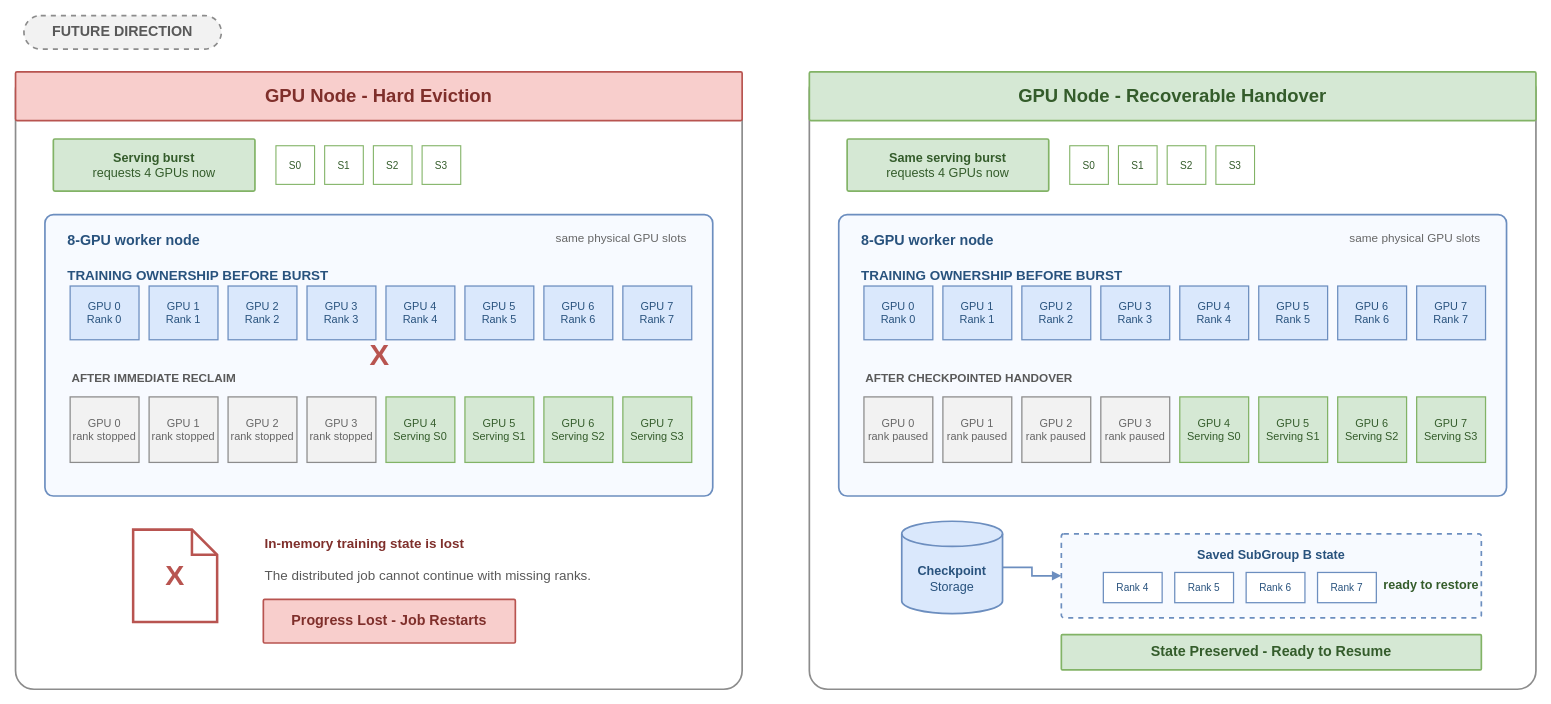
Before: docs/images/kubecon-china-2026/checkpoint-aware-gpu-handover.drawio in JesseStutler/volcano, a draw.io diagram. Source tidied: cells renumbered, new cells numbered last; positions are measured from the earlier drawing's top-left corner, leaving out a move shared by most shapes. Both pictures are drawn from the tidied source at 84%, with x=0, y=0 at pixel (15, 15).
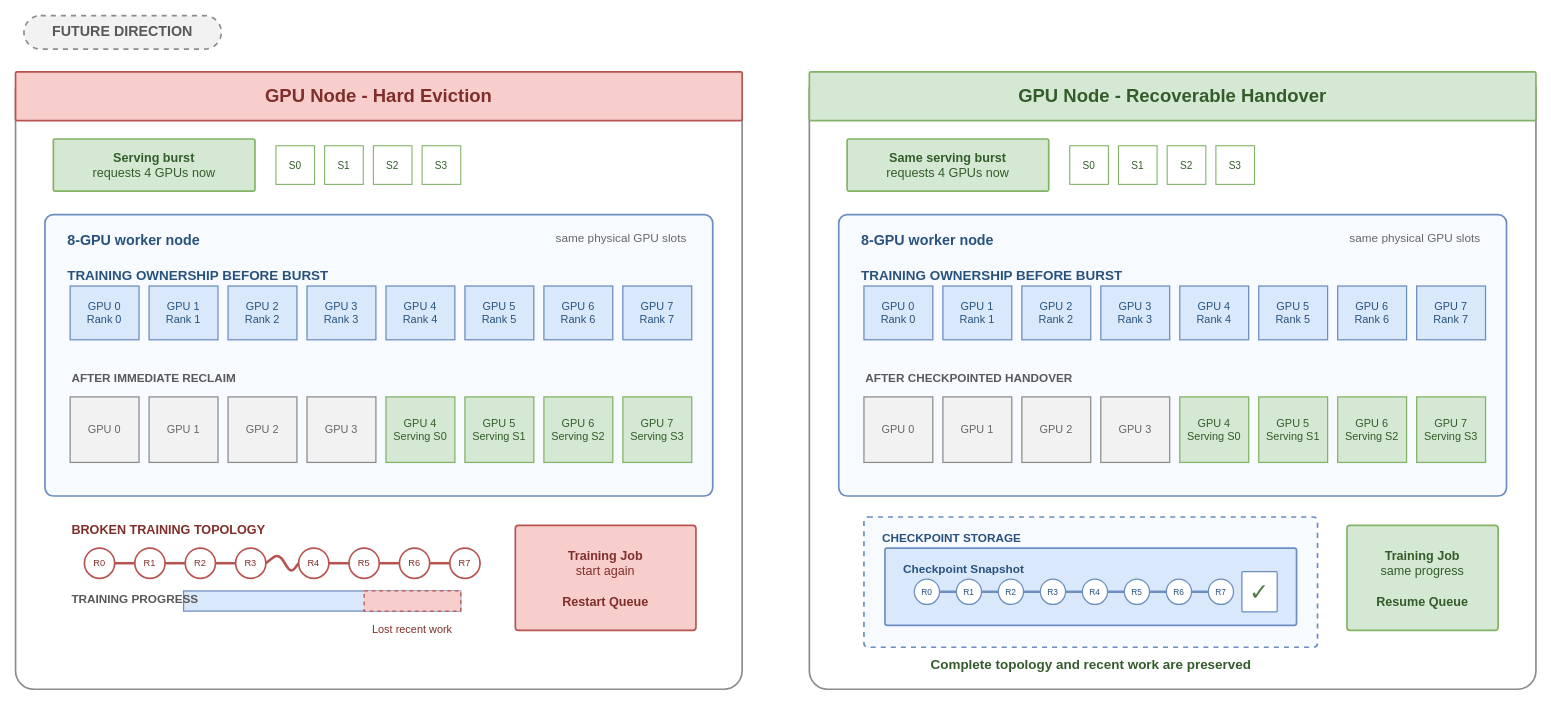
The same diagram, later.

Commit message (it also covers changes not shown here):
docs: clarify GPU handover outcomes

Diff of the diagram source:
```diff
@@
-    <mxCell id="21" value="X" style="text;html=1;strokeColor=none;fillColor=none;fontSize=35;fontStyle=1;fontColor=#b85450;align=center;" parent="1" vertex="1">
-      <mxGeometry x="405" y="377" width="55" height="48" as="geometry" />
-    </mxCell>
-    <mxCell id="22" value="GPU 0&lt;br&gt;rank stopped" style="rounded=0;whiteSpace=wrap;html=1;fillColor=#f2f2f2;strokeColor=#8c8c8c;strokeWidth=1.5;fontSize=13;fontColor=#666666;" parent="1" vertex="1">
+    <mxCell id="22" value="GPU 0" style="rounded=0;whiteSpace=wrap;html=1;fillColor=#f2f2f2;strokeColor=#8c8c8c;strokeWidth=1.5;fontSize=13;fontColor=#666666;" parent="1" vertex="1">
       <mxGeometry x="65" y="454" width="82" height="78" as="geometry" />
     </mxCell>
-    <mxCell id="23" value="GPU 1&lt;br&gt;rank stopped" style="rounded=0;whiteSpace=wrap;html=1;fillColor=#f2f2f2;strokeColor=#8c8c8c;strokeWidth=1.5;fontSize=13;fontColor=#666666;" parent="1" vertex="1">
+    <mxCell id="23" value="GPU 1" style="rounded=0;whiteSpace=wrap;html=1;fillColor=#f2f2f2;strokeColor=#8c8c8c;strokeWidth=1.5;fontSize=13;fontColor=#666666;" parent="1" vertex="1">
       <mxGeometry x="159" y="454" width="82" height="78" as="geometry" />
     </mxCell>
-    <mxCell id="24" value="GPU 2&lt;br&gt;rank stopped" style="rounded=0;whiteSpace=wrap;html=1;fillColor=#f2f2f2;strokeColor=#8c8c8c;strokeWidth=1.5;fontSize=13;fontColor=#666666;" parent="1" vertex="1">
+    <mxCell id="24" value="GPU 2" style="rounded=0;whiteSpace=wrap;html=1;fillColor=#f2f2f2;strokeColor=#8c8c8c;strokeWidth=1.5;fontSize=13;fontColor=#666666;" parent="1" vertex="1">
       <mxGeometry x="253" y="454" width="82" height="78" as="geometry" />
     </mxCell>
-    <mxCell id="25" value="GPU 3&lt;br&gt;rank stopped" style="rounded=0;whiteSpace=wrap;html=1;fillColor=#f2f2f2;strokeColor=#8c8c8c;strokeWidth=1.5;fontSize=13;fontColor=#666666;" parent="1" vertex="1">
+    <mxCell id="25" value="GPU 3" style="rounded=0;whiteSpace=wrap;html=1;fillColor=#f2f2f2;strokeColor=#8c8c8c;strokeWidth=1.5;fontSize=13;fontColor=#666666;" parent="1" vertex="1">
       <mxGeometry x="347" y="454" width="82" height="78" as="geometry" />
     </mxCell>
@@
-    <mxCell id="30" value="X" style="shape=note;whiteSpace=wrap;html=1;backgroundOutline=1;fillColor=#ffffff;strokeColor=#b85450;strokeWidth=3;fontSize=34;fontStyle=1;fontColor=#b85450;" parent="1" vertex="1">
-      <mxGeometry x="140" y="612" width="100" height="110" as="geometry" />
-    </mxCell>
-    <mxCell id="31" value="&lt;b&gt;In-memory training state is lost&lt;/b&gt;&lt;br&gt;&lt;br&gt;&lt;font color=&quot;#595959&quot;&gt;The distributed job cannot continue with missing ranks.&lt;/font&gt;" style="text;html=1;strokeColor=none;fillColor=none;fontSize=16;fontColor=#7f2f2b;align=left;verticalAlign=top;" parent="1" vertex="1">
-      <mxGeometry x="295" y="612" width="450" height="82" as="geometry" />
-    </mxCell>
-    <mxCell id="32" value="&lt;b&gt;Progress Lost - Job Restarts&lt;/b&gt;" style="rounded=1;arcSize=3;whiteSpace=wrap;html=1;fillColor=#f8cecc;strokeColor=#b85450;strokeWidth=2;fontSize=17;fontColor=#7f2f2b;" parent="1" vertex="1">
-      <mxGeometry x="295" y="695" width="300" height="52" as="geometry" />
-    </mxCell>
+    <mxCell id="68" value="&lt;b&gt;BROKEN TRAINING TOPOLOGY&lt;/b&gt;" style="text;html=1;strokeColor=none;fillColor=none;fontSize=15;fontColor=#7f2f2b;align=left;verticalAlign=top;" parent="1" vertex="1">
+      <mxGeometry x="65" y="597" width="300" height="28" as="geometry" />
+    </mxCell>
+    <mxCell id="69" value="R0" style="ellipse;whiteSpace=wrap;html=1;fillColor=#ffffff;strokeColor=#b85450;strokeWidth=2;fontSize=11;fontColor=#7f2f2b;" parent="1" vertex="1">
+      <mxGeometry x="82" y="634" width="36" height="36" as="geometry" />
+    </mxCell>
+    <mxCell id="70" value="R1" style="ellipse;whiteSpace=wrap;html=1;fillColor=#ffffff;strokeColor=#b85450;strokeWidth=2;fontSize=11;fontColor=#7f2f2b;" parent="1" vertex="1">
+      <mxGeometry x="142" y="634" width="36" height="36" as="geometry" />
+    </mxCell>
+    <mxCell id="71" value="R2" style="ellipse;whiteSpace=wrap;html=1;fillColor=#ffffff;strokeColor=#b85450;strokeWidth=2;fontSize=11;fontColor=#7f2f2b;" parent="1" vertex="1">
+      <mxGeometry x="202" y="634" width="36" height="36" as="geometry" />
+    </mxCell>
+    <mxCell id="72" value="R3" style="ellipse;whiteSpace=wrap;html=1;fillColor=#ffffff;strokeColor=#b85450;strokeWidth=2;fontSize=11;fontColor=#7f2f2b;" parent="1" vertex="1">
+      <mxGeometry x="262" y="634" width="36" height="36" as="geometry" />
+    </mxCell>
+    <mxCell id="73" value="R4" style="ellipse;whiteSpace=wrap;html=1;fillColor=#ffffff;strokeColor=#b85450;strokeWidth=2;fontSize=11;fontColor=#7f2f2b;" parent="1" vertex="1">
+      <mxGeometry x="337" y="634" width="36" height="36" as="geometry" />
+    </mxCell>
+    <mxCell id="74" value="R5" style="ellipse;whiteSpace=wrap;html=1;fillColor=#ffffff;strokeColor=#b85450;strokeWidth=2;fontSize=11;fontColor=#7f2f2b;" parent="1" vertex="1">
+      <mxGeometry x="397" y="634" width="36" height="36" as="geometry" />
+    </mxCell>
+    <mxCell id="75" value="R6" style="ellipse;whiteSpace=wrap;html=1;fillColor=#ffffff;strokeColor=#b85450;strokeWidth=2;fontSize=11;fontColor=#7f2f2b;" parent="1" vertex="1">
+      <mxGeometry x="457" y="634" width="36" height="36" as="geometry" />
+    </mxCell>
+    <mxCell id="76" value="R7" style="ellipse;whiteSpace=wrap;html=1;fillColor=#ffffff;strokeColor=#b85450;strokeWidth=2;fontSize=11;fontColor=#7f2f2b;" parent="1" vertex="1">
+      <mxGeometry x="517" y="634" width="36" height="36" as="geometry" />
+    </mxCell>
+    <mxCell id="77" style="edgeStyle=none;html=1;endArrow=none;strokeColor=#b85450;strokeWidth=3;" parent="1" edge="1" source="69" target="70">
+      <mxGeometry relative="1" as="geometry" />
+    </mxCell>
+    <mxCell id="78" style="edgeStyle=none;html=1;endArrow=none;strokeColor=#b85450;strokeWidth=3;" parent="1" edge="1" source="70" target="71">
+      <mxGeometry relative="1" as="geometry" />
+    </mxCell>
+    <mxCell id="79" style="edgeStyle=none;html=1;endArrow=none;strokeColor=#b85450;strokeWidth=3;" parent="1" edge="1" source="71" target="72">
+      <mxGeometry relative="1" as="geometry" />
+    </mxCell>
+    <mxCell id="80" style="edgeStyle=none;html=1;endArrow=none;strokeColor=#b85450;strokeWidth=3;" parent="1" edge="1">
+      <mxGeometry relative="1" as="geometry">
+        <mxPoint x="298" y="652" as="sourcePoint" />
+        <mxPoint x="337" y="652" as="targetPoint" />
+        <Array as="points">
+          <mxPoint x="313" y="640" />
+          <mxPoint x="328" y="664" />
+        </Array>
+      </mxGeometry>
+    </mxCell>
+    <mxCell id="81" style="edgeStyle=none;html=1;endArrow=none;strokeColor=#b85450;strokeWidth=3;" parent="1" edge="1" source="73" target="74">
+      <mxGeometry relative="1" as="geometry" />
+    </mxCell>
+    <mxCell id="82" style="edgeStyle=none;html=1;endArrow=none;strokeColor=#b85450;strokeWidth=3;" parent="1" edge="1" source="74" target="75">
+      <mxGeometry relative="1" as="geometry" />
+    </mxCell>
+    <mxCell id="83" style="edgeStyle=none;html=1;endArrow=none;strokeColor=#b85450;strokeWidth=3;" parent="1" edge="1" source="75" target="76">
+      <mxGeometry relative="1" as="geometry" />
+    </mxCell>
+    <mxCell id="84" style="rounded=0;fillColor=#dae8fc;strokeColor=#6c8ebf;strokeWidth=1.5;" parent="1" vertex="1">
+      <mxGeometry x="200" y="685" width="330" height="24" as="geometry" />
+    </mxCell>
+    <mxCell id="85" value="Lost recent work" style="rounded=0;whiteSpace=wrap;html=1;fillColor=#f8cecc;strokeColor=#b85450;strokeWidth=1.5;dashed=1;fontSize=13;fontColor=#7f2f2b;verticalLabelPosition=bottom;verticalAlign=top;spacingTop=8;" parent="1" vertex="1">
+      <mxGeometry x="415" y="685" width="115" height="24" as="geometry" />
+    </mxCell>
+    <mxCell id="86" value="&lt;b&gt;TRAINING PROGRESS&lt;/b&gt;" style="text;html=1;strokeColor=none;fillColor=none;fontSize=14;fontColor=#595959;align=left;" parent="1" vertex="1">
+      <mxGeometry x="65" y="680" width="130" height="32" as="geometry" />
+    </mxCell>
+    <mxCell id="87" value="&lt;b&gt;Training Job&lt;/b&gt;&lt;br&gt;start again&lt;br&gt;&lt;br&gt;&lt;b&gt;Restart Queue&lt;/b&gt;" style="rounded=1;arcSize=3;whiteSpace=wrap;html=1;fillColor=#f8cecc;strokeColor=#b85450;strokeWidth=2;fontSize=15;fontColor=#7f2f2b;" parent="1" vertex="1">
+      <mxGeometry x="595" y="607" width="215" height="125" as="geometry" />
+    </mxCell>
@@
-    <mxCell id="51" value="GPU 0&lt;br&gt;rank paused" style="rounded=0;whiteSpace=wrap;html=1;fillColor=#f2f2f2;strokeColor=#8c8c8c;strokeWidth=1.5;fontSize=13;fontColor=#666666;" parent="1" vertex="1">
+    <mxCell id="51" value="GPU 0" style="rounded=0;whiteSpace=wrap;html=1;fillColor=#f2f2f2;strokeColor=#8c8c8c;strokeWidth=1.5;fontSize=13;fontColor=#666666;" parent="1" vertex="1">
       <mxGeometry x="1010" y="454" width="82" height="78" as="geometry" />
     </mxCell>
-    <mxCell id="52" value="GPU 1&lt;br&gt;rank paused" style="rounded=0;whiteSpace=wrap;html=1;fillColor=#f2f2f2;strokeColor=#8c8c8c;strokeWidth=1.5;fontSize=13;fontColor=#666666;" parent="1" vertex="1">
+    <mxCell id="52" value="GPU 1" style="rounded=0;whiteSpace=wrap;html=1;fillColor=#f2f2f2;strokeColor=#8c8c8c;strokeWidth=1.5;fontSize=13;fontColor=#666666;" parent="1" vertex="1">
       <mxGeometry x="1104" y="454" width="82" height="78" as="geometry" />
     </mxCell>
-    <mxCell id="53" value="GPU 2&lt;br&gt;rank paused" style="rounded=0;whiteSpace=wrap;html=1;fillColor=#f2f2f2;strokeColor=#8c8c8c;strokeWidth=1.5;fontSize=13;fontColor=#666666;" parent="1" vertex="1">
+    <mxCell id="53" value="GPU 2" style="rounded=0;whiteSpace=wrap;html=1;fillColor=#f2f2f2;strokeColor=#8c8c8c;strokeWidth=1.5;fontSize=13;fontColor=#666666;" parent="1" vertex="1">
       <mxGeometry x="1198" y="454" width="82" height="78" as="geometry" />
     </mxCell>
-    <mxCell id="54" value="GPU 3&lt;br&gt;rank paused" style="rounded=0;whiteSpace=wrap;html=1;fillColor=#f2f2f2;strokeColor=#8c8c8c;strokeWidth=1.5;fontSize=13;fontColor=#666666;" parent="1" vertex="1">
+    <mxCell id="54" value="GPU 3" style="rounded=0;whiteSpace=wrap;html=1;fillColor=#f2f2f2;strokeColor=#8c8c8c;strokeWidth=1.5;fontSize=13;fontColor=#666666;" parent="1" vertex="1">
       <mxGeometry x="1292" y="454" width="82" height="78" as="geometry" />
     </mxCell>
@@
-    <mxCell id="59" value="&lt;b&gt;Checkpoint&lt;/b&gt;&lt;br&gt;Storage" style="shape=cylinder3;whiteSpace=wrap;html=1;boundedLbl=1;backgroundOutline=1;size=15;fillColor=#dae8fc;strokeColor=#6c8ebf;strokeWidth=2;fontSize=15;fontColor=#28527d;" parent="1" vertex="1">
-      <mxGeometry x="1055" y="602" width="120" height="110" as="geometry" />
+    <mxCell id="59" value="&lt;b&gt;CHECKPOINT STORAGE&lt;/b&gt;" style="rounded=1;arcSize=3;whiteSpace=wrap;html=1;fillColor=#f7faff;strokeColor=#6c8ebf;strokeWidth=2;dashed=1;fontSize=14;fontColor=#28527d;align=left;verticalAlign=top;spacingLeft=20;spacingTop=10;" parent="1" vertex="1">
+      <mxGeometry x="1010" y="597" width="540" height="155" as="geometry" />
     </mxCell>
-    <mxCell id="60" style="edgeStyle=orthogonalEdgeStyle;rounded=0;html=1;endArrow=block;endFill=1;strokeColor=#6c8ebf;strokeWidth=2;" parent="1" edge="1" source="59" target="61">
-      <mxGeometry relative="1" as="geometry" />
-    </mxCell>
-    <mxCell id="61" value="&lt;b&gt;Saved SubGroup B state&lt;/b&gt;" style="rounded=1;arcSize=3;whiteSpace=wrap;html=1;fillColor=#f7faff;strokeColor=#6c8ebf;strokeWidth=2;dashed=1;fontSize=15;fontColor=#28527d;verticalAlign=top;spacingTop=10;" parent="1" vertex="1">
-      <mxGeometry x="1245" y="617" width="500" height="100" as="geometry" />
-    </mxCell>
-    <mxCell id="62" value="Rank 4" style="rounded=0;fillColor=#ffffff;strokeColor=#6c8ebf;strokeWidth=1.5;fontSize=12;fontColor=#28527d;" parent="1" vertex="1">
-      <mxGeometry x="1295" y="663" width="70" height="36" as="geometry" />
-    </mxCell>
-    <mxCell id="63" value="Rank 5" style="rounded=0;fillColor=#ffffff;strokeColor=#6c8ebf;strokeWidth=1.5;fontSize=12;fontColor=#28527d;" parent="1" vertex="1">
-      <mxGeometry x="1380" y="663" width="70" height="36" as="geometry" />
-    </mxCell>
-    <mxCell id="64" value="Rank 6" style="rounded=0;fillColor=#ffffff;strokeColor=#6c8ebf;strokeWidth=1.5;fontSize=12;fontColor=#28527d;" parent="1" vertex="1">
-      <mxGeometry x="1465" y="663" width="70" height="36" as="geometry" />
-    </mxCell>
-    <mxCell id="65" value="Rank 7" style="rounded=0;fillColor=#ffffff;strokeColor=#6c8ebf;strokeWidth=1.5;fontSize=12;fontColor=#28527d;" parent="1" vertex="1">
-      <mxGeometry x="1550" y="663" width="70" height="36" as="geometry" />
-    </mxCell>
-    <mxCell id="66" value="&lt;b&gt;ready to restore&lt;/b&gt;" style="text;html=1;strokeColor=none;fillColor=none;fontSize=15;fontColor=#345c2b;align=center;" parent="1" vertex="1">
-      <mxGeometry x="1625" y="662" width="120" height="32" as="geometry" />
-    </mxCell>
-    <mxCell id="67" value="&lt;b&gt;State Preserved - Ready to Resume&lt;/b&gt;" style="rounded=1;arcSize=3;whiteSpace=wrap;html=1;fillColor=#d5e8d4;strokeColor=#82b366;strokeWidth=2;fontSize=17;fontColor=#345c2b;" parent="1" vertex="1">
-      <mxGeometry x="1245" y="737" width="500" height="42" as="geometry" />
-    </mxCell>
+    <mxCell id="88" value="&lt;b&gt;Checkpoint Snapshot&lt;/b&gt;" style="rounded=1;arcSize=3;whiteSpace=wrap;html=1;fillColor=#dae8fc;strokeColor=#6c8ebf;strokeWidth=2;fontSize=14;fontColor=#28527d;align=left;verticalAlign=top;spacingLeft=20;spacingTop=10;" parent="1" vertex="1">
+      <mxGeometry x="1035" y="634" width="490" height="92" as="geometry" />
+    </mxCell>
+    <mxCell id="89" value="R0" style="ellipse;whiteSpace=wrap;html=1;fillColor=#ffffff;strokeColor=#6c8ebf;strokeWidth=1.5;fontSize=10;fontColor=#28527d;" parent="1" vertex="1">
+      <mxGeometry x="1070" y="671" width="30" height="30" as="geometry" />
+    </mxCell>
+    <mxCell id="90" value="R1" style="ellipse;whiteSpace=wrap;html=1;fillColor=#ffffff;strokeColor=#6c8ebf;strokeWidth=1.5;fontSize=10;fontColor=#28527d;" parent="1" vertex="1">
+      <mxGeometry x="1120" y="671" width="30" height="30" as="geometry" />
+    </mxCell>
+    <mxCell id="91" value="R2" style="ellipse;whiteSpace=wrap;html=1;fillColor=#ffffff;strokeColor=#6c8ebf;strokeWidth=1.5;fontSize=10;fontColor=#28527d;" parent="1" vertex="1">
+      <mxGeometry x="1170" y="671" width="30" height="30" as="geometry" />
+    </mxCell>
+    <mxCell id="92" value="R3" style="ellipse;whiteSpace=wrap;html=1;fillColor=#ffffff;strokeColor=#6c8ebf;strokeWidth=1.5;fontSize=10;fontColor=#28527d;" parent="1" vertex="1">
+      <mxGeometry x="1220" y="671" width="30" height="30" as="geometry" />
+    </mxCell>
+    <mxCell id="93" value="R4" style="ellipse;whiteSpace=wrap;html=1;fillColor=#ffffff;strokeColor=#6c8ebf;strokeWidth=1.5;fontSize=10;fontColor=#28527d;" parent="1" vertex="1">
+      <mxGeometry x="1270" y="671" width="30" height="30" as="geometry" />
+    </mxCell>
+    <mxCell id="94" value="R5" style="ellipse;whiteSpace=wrap;html=1;fillColor=#ffffff;strokeColor=#6c8ebf;strokeWidth=1.5;fontSize=10;fontColor=#28527d;" parent="1" vertex="1">
+      <mxGeometry x="1320" y="671" width="30" height="30" as="geometry" />
+    </mxCell>
+    <mxCell id="95" value="R6" style="ellipse;whiteSpace=wrap;html=1;fillColor=#ffffff;strokeColor=#6c8ebf;strokeWidth=1.5;fontSize=10;fontColor=#28527d;" parent="1" vertex="1">
+      <mxGeometry x="1370" y="671" width="30" height="30" as="geometry" />
+    </mxCell>
+    <mxCell id="96" value="R7" style="ellipse;whiteSpace=wrap;html=1;fillColor=#ffffff;strokeColor=#6c8ebf;strokeWidth=1.5;fontSize=10;fontColor=#28527d;" parent="1" vertex="1">
+      <mxGeometry x="1420" y="671" width="30" height="30" as="geometry" />
+    </mxCell>
+    <mxCell id="97" style="edgeStyle=none;html=1;endArrow=none;strokeColor=#6c8ebf;strokeWidth=3;" parent="1" edge="1" source="89" target="90">
+      <mxGeometry relative="1" as="geometry" />
+    </mxCell>
+    <mxCell id="98" style="edgeStyle=none;html=1;endArrow=none;strokeColor=#6c8ebf;strokeWidth=3;" parent="1" edge="1" source="90" target="91">
+      <mxGeometry relative="1" as="geometry" />
+    </mxCell>
+    <mxCell id="99" style="edgeStyle=none;html=1;endArrow=none;strokeColor=#6c8ebf;strokeWidth=3;" parent="1" edge="1" source="91" target="92">
+      <mxGeometry relative="1" as="geometry" />
+    </mxCell>
+    <mxCell id="100" style="edgeStyle=none;html=1;endArrow=none;strokeColor=#6c8ebf;strokeWidth=3;" parent="1" edge="1" source="92" target="93">
+      <mxGeometry relative="1" as="geometry" />
+    </mxCell>
+    <mxCell id="101" style="edgeStyle=none;html=1;endArrow=none;strokeColor=#6c8ebf;strokeWidth=3;" parent="1" edge="1" source="93" target="94">
+      <mxGeometry relative="1" as="geometry" />
+    </mxCell>
+    <mxCell id="102" style="edgeStyle=none;html=1;endArrow=none;strokeColor=#6c8ebf;strokeWidth=3;" parent="1" edge="1" source="94" target="95">
+      <mxGeometry relative="1" as="geometry" />
+    </mxCell>
+    <mxCell id="103" style="edgeStyle=none;html=1;endArrow=none;strokeColor=#6c8ebf;strokeWidth=3;" parent="1" edge="1" source="95" target="96">
+      <mxGeometry relative="1" as="geometry" />
+    </mxCell>
+    <mxCell id="104" value="✓" style="rounded=1;arcSize=3;whiteSpace=wrap;html=1;fillColor=#ffffff;strokeColor=#6c8ebf;strokeWidth=1.5;fontSize=28;fontColor=#527a45;" parent="1" vertex="1">
+      <mxGeometry x="1460" y="662" width="42" height="48" as="geometry" />
+    </mxCell>
+    <mxCell id="105" value="&lt;b&gt;Training Job&lt;/b&gt;&lt;br&gt;same progress&lt;br&gt;&lt;br&gt;&lt;b&gt;Resume Queue&lt;/b&gt;" style="rounded=1;arcSize=3;whiteSpace=wrap;html=1;fillColor=#d5e8d4;strokeColor=#82b366;strokeWidth=2;fontSize=15;fontColor=#345c2b;" parent="1" vertex="1">
+      <mxGeometry x="1585" y="607" width="180" height="125" as="geometry" />
+    </mxCell>
+    <mxCell id="106" value="&lt;b&gt;Complete topology and recent work are preserved&lt;/b&gt;" style="text;html=1;strokeColor=none;fillColor=none;fontSize=16;fontColor=#345c2b;align=center;" parent="1" vertex="1">
+      <mxGeometry x="1045" y="757" width="470" height="30" as="geometry" />
+    </mxCell>
```
